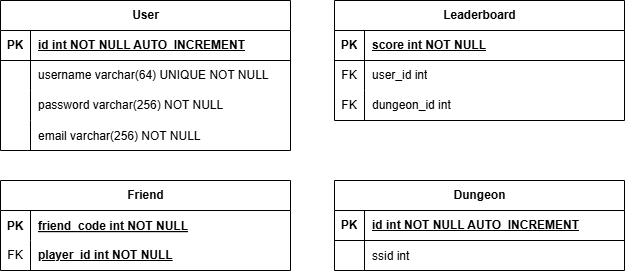
Above: 7_Allegati/DataBase/Schema-Logico-DB.png in smanedn/ColorfulSongs (draw.io), before the change. Source tidied: cells renumbered, new cells last; positions are measured from the earlier drawing's top-left corner, leaving out a move shared by most shapes.
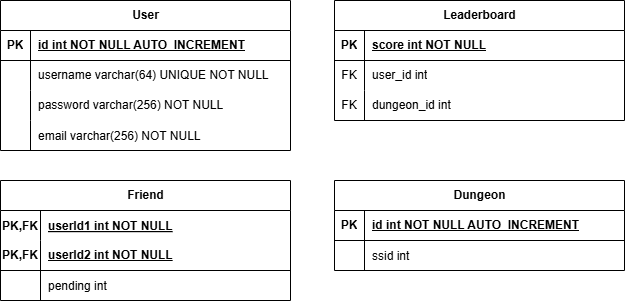
After the commit.

Diff of the diagram source:
```diff
@@ -93,25 +93,34 @@
       <mxGeometry x="30" width="260" height="30" as="geometry" />
     </mxCell>
     <mxCell id="32" value="&lt;span style=&quot;text-wrap: wrap;&quot;&gt;Friend&lt;/span&gt;" style="shape=table;startSize=30;rowLines=0;fontStyle=1;align=center;html=1;" parent="1" vertex="1">
-      <mxGeometry y="180" width="290" height="90" as="geometry" />
+      <mxGeometry y="180" width="290" height="120" as="geometry" />
     </mxCell>
     <mxCell id="33" style="shape=tableRow;horizontal=0;startSize=0;swimlaneHead=0;swimlaneBody=0;fillColor=none;top=0;left=0;right=0;bottom=0;" parent="32" vertex="1">
       <mxGeometry y="30" width="290" height="30" as="geometry" />
     </mxCell>
-    <mxCell id="34" value="PK" style="shape=partialRectangle;fillColor=none;top=0;left=0;bottom=0;right=0;overflow=hidden;fontStyle=1;" parent="33" vertex="1">
-      <mxGeometry width="30" height="30" as="geometry" />
+    <mxCell id="34" value="PK,FK" style="shape=partialRectangle;fillColor=none;top=0;left=0;bottom=0;right=0;overflow=hidden;fontStyle=1;" parent="33" vertex="1">
+      <mxGeometry width="40" height="30" as="geometry" />
     </mxCell>
-    <mxCell id="35" value="friend_code int NOT NULL" style="shape=partialRectangle;fillColor=none;top=0;left=0;bottom=0;right=0;align=left;spacingLeft=6;overflow=hidden;fontStyle=5;" parent="33" vertex="1">
-      <mxGeometry x="30" width="260" height="30" as="geometry" />
+    <mxCell id="35" value="userId1 int NOT NULL" style="shape=partialRectangle;fillColor=none;top=0;left=0;bottom=0;right=0;align=left;spacingLeft=6;overflow=hidden;fontStyle=5;" parent="33" vertex="1">
+      <mxGeometry x="40" width="250" height="30" as="geometry" />
     </mxCell>
-    <mxCell id="36" style="shape=tableRow;horizontal=0;startSize=0;swimlaneHead=0;swimlaneBody=0;fillColor=none;top=0;left=0;right=0;bottom=0;strokeColor=default;swimlaneLine=1;" parent="32" vertex="1">
-      <mxGeometry y="60" width="290" height="30" as="geometry" />
-    </mxCell>
-    <mxCell id="37" value="&lt;span style=&quot;font-weight: normal;&quot;&gt;FK&lt;/span&gt;" style="shape=partialRectangle;fillColor=none;top=0;left=0;bottom=0;right=0;fontStyle=1;overflow=hidden;whiteSpace=wrap;html=1;" parent="36" vertex="1">
-      <mxGeometry width="30" height="30" as="geometry" />
-    </mxCell>
-    <mxCell id="38" value="player_id int NOT NULL" style="shape=partialRectangle;fillColor=none;top=0;left=0;bottom=0;right=0;align=left;spacingLeft=6;fontStyle=5;overflow=hidden;whiteSpace=wrap;html=1;" parent="36" vertex="1">
-      <mxGeometry x="30" width="260" height="30" as="geometry" />
-    </mxCell>
+    <mxCell id="39" style="shape=tableRow;horizontal=0;startSize=0;swimlaneHead=0;swimlaneBody=0;fillColor=none;top=0;left=0;right=0;bottom=1;" parent="32" vertex="1">
+      <mxGeometry y="60" width="290" height="30" as="geometry" />
+    </mxCell>
+    <mxCell id="40" value="&lt;span style=&quot;text-wrap-mode: nowrap;&quot;&gt;PK,FK&lt;/span&gt;" style="shape=partialRectangle;fillColor=none;top=0;left=0;bottom=0;right=0;fontStyle=1;overflow=hidden;whiteSpace=wrap;html=1;" parent="39" vertex="1">
+      <mxGeometry width="40" height="30" as="geometry" />
+    </mxCell>
+    <mxCell id="41" value="userId2 int NOT NULL" style="shape=partialRectangle;fillColor=none;top=0;left=0;bottom=0;right=0;align=left;spacingLeft=6;fontStyle=5;overflow=hidden;whiteSpace=wrap;html=1;" parent="39" vertex="1">
+      <mxGeometry x="40" width="250" height="30" as="geometry" />
+    </mxCell>
+    <mxCell id="42" style="shape=tableRow;horizontal=0;startSize=0;swimlaneHead=0;swimlaneBody=0;fillColor=none;top=0;left=0;right=0;bottom=0;" parent="32" vertex="1">
+      <mxGeometry y="90" width="290" height="30" as="geometry" />
+    </mxCell>
+    <mxCell id="43" style="shape=partialRectangle;fillColor=none;top=0;left=0;bottom=0;right=0;overflow=hidden;" parent="42" vertex="1">
+      <mxGeometry width="40" height="30" as="geometry" />
+    </mxCell>
+    <mxCell id="44" value="pending int" style="shape=partialRectangle;fillColor=none;top=0;left=0;bottom=0;right=0;align=left;spacingLeft=6;overflow=hidden;" parent="42" vertex="1">
+      <mxGeometry x="40" width="250" height="30" as="geometry" />
+    </mxCell>
   </root>
 </mxGraphModel>
```
